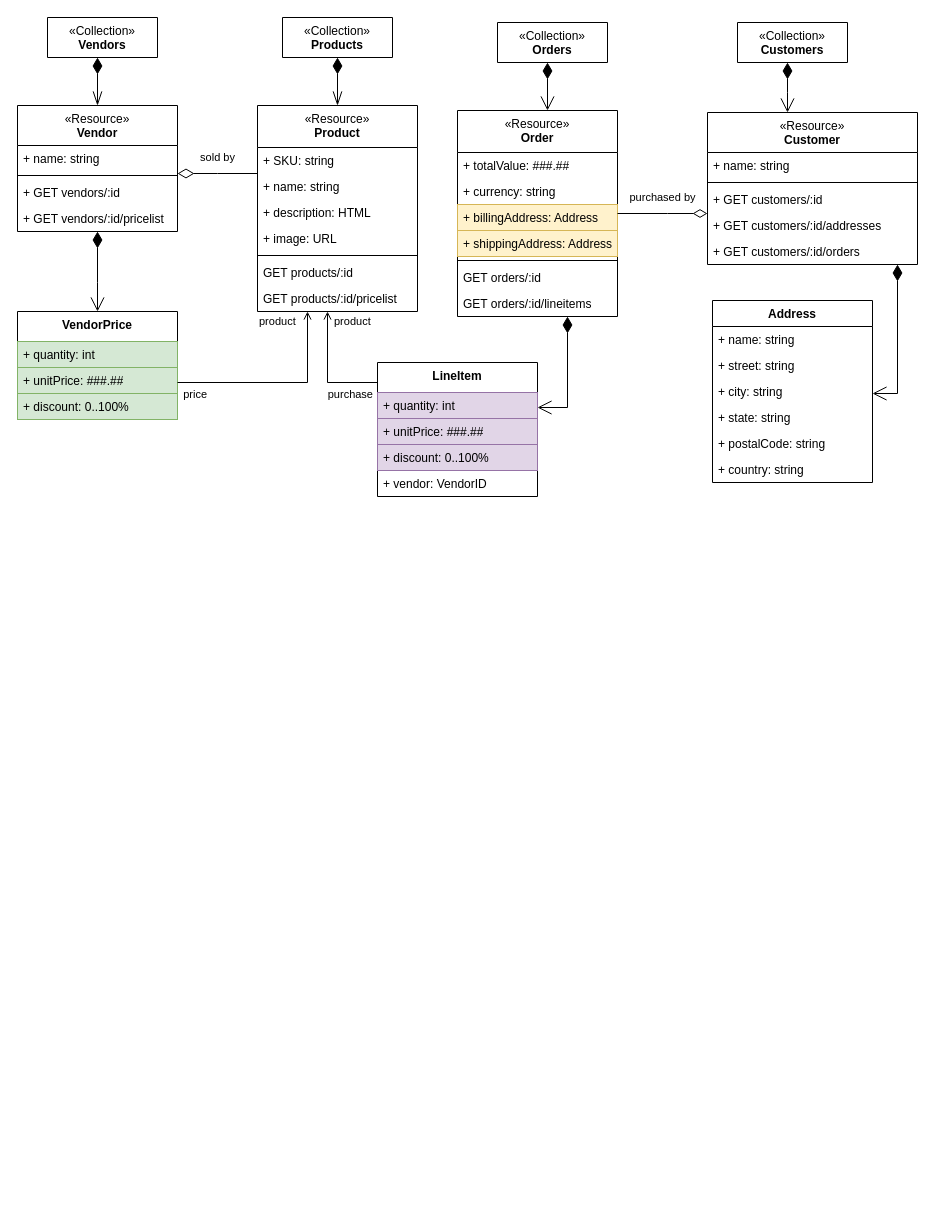
Before: Untitled Diagram.drawio in kubiak-calpoly/csc307-team-project, a draw.io diagram. Source tidied: cells renumbered, new cells numbered last; positions are measured from the earlier drawing's top-left corner, leaving out a move shared by most shapes. Both pictures are drawn from the tidied source at 100%, with x=0, y=0 at pixel (17, 17).
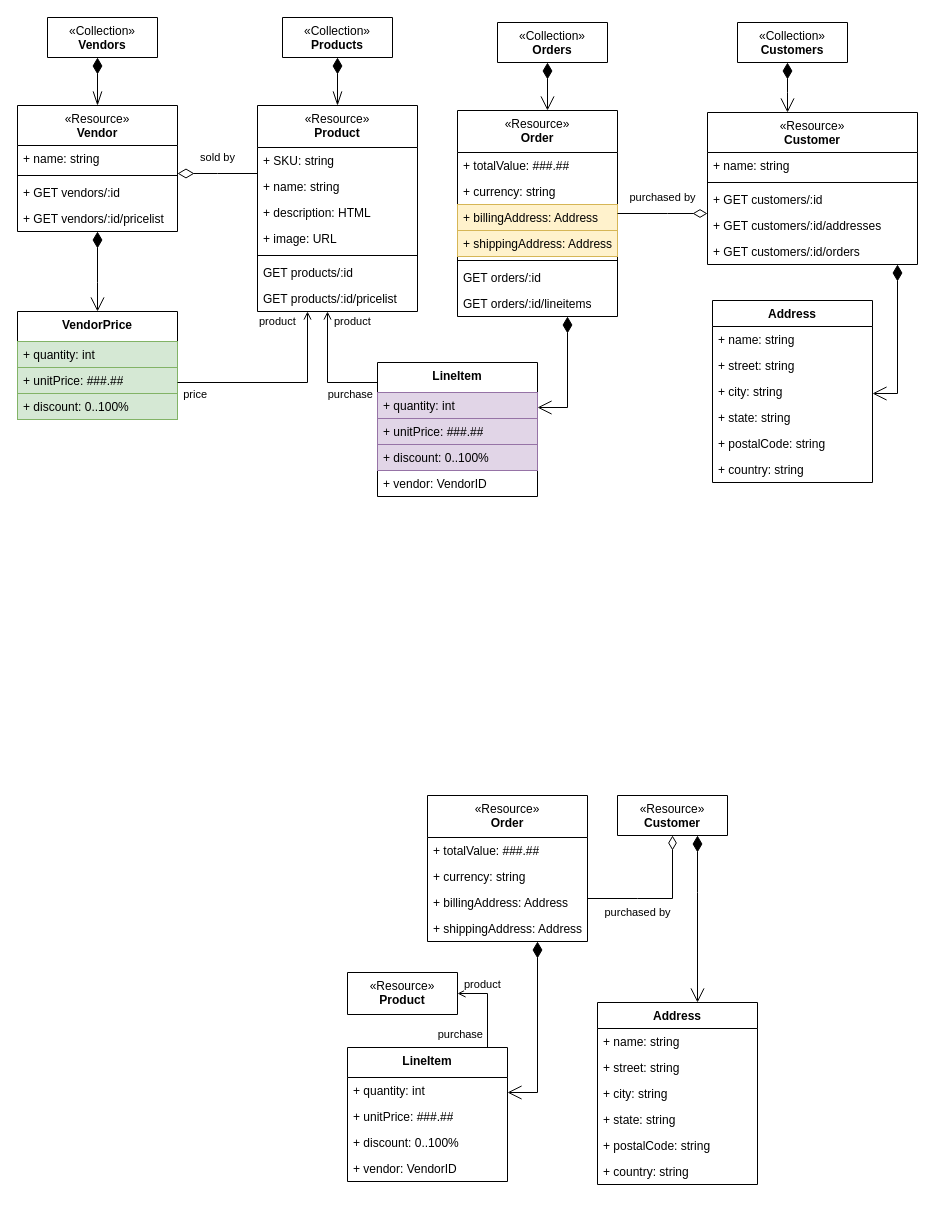
The same diagram, later.

Diff of the diagram source:
```diff
@@
+    <mxCell id="64" value="&lt;span style=&quot;font-weight: normal;&quot;&gt;«Resource»&lt;br style=&quot;border-color: var(--border-color);&quot;&gt;&lt;/span&gt;Order" style="swimlane;fontStyle=1;align=center;verticalAlign=top;horizontal=1;startSize=42;whiteSpace=wrap;html=1;" parent="1" vertex="1">
+      <mxGeometry x="410" y="778" width="160" height="146" as="geometry" />
+    </mxCell>
+    <mxCell id="65" value="+ totalValue: ###.##" style="text;strokeColor=none;fillColor=none;align=left;verticalAlign=top;spacingLeft=4;spacingRight=4;overflow=hidden;whiteSpace=wrap;html=1;" parent="64" vertex="1">
+      <mxGeometry y="42" width="160" height="26" as="geometry" />
+    </mxCell>
+    <mxCell id="66" value="+ currency: string" style="text;strokeColor=none;fillColor=none;align=left;verticalAlign=top;spacingLeft=4;spacingRight=4;overflow=hidden;whiteSpace=wrap;html=1;" parent="64" vertex="1">
+      <mxGeometry y="68" width="160" height="26" as="geometry" />
+    </mxCell>
+    <mxCell id="67" value="+ billingAddress: Address" style="text;align=left;verticalAlign=top;spacingLeft=4;spacingRight=4;overflow=hidden;whiteSpace=wrap;html=1;" parent="64" vertex="1">
+      <mxGeometry y="94" width="160" height="26" as="geometry" />
+    </mxCell>
+    <mxCell id="68" value="+ shippingAddress: Address" style="text;align=left;verticalAlign=top;spacingLeft=4;spacingRight=4;overflow=hidden;whiteSpace=wrap;html=1;" parent="64" vertex="1">
+      <mxGeometry y="120" width="160" height="26" as="geometry" />
+    </mxCell>
+    <mxCell id="69" value="&lt;span style=&quot;font-weight: normal;&quot;&gt;«Resource»&lt;br style=&quot;border-color: var(--border-color);&quot;&gt;&lt;/span&gt;Customer" style="swimlane;fontStyle=1;align=center;verticalAlign=top;horizontal=1;startSize=40;whiteSpace=wrap;html=1;" parent="1" vertex="1" collapsed="1">
+      <mxGeometry x="600" y="778" width="110" height="40" as="geometry" />
+    </mxCell>
+    <mxCell id="70" value="purchased by" style="endArrow=diamondThin;html=1;endSize=12;startArrow=none;startSize=14;startFill=0;edgeStyle=orthogonalEdgeStyle;rounded=0;endFill=0;" parent="1" edge="1" source="64" target="69">
+      <mxGeometry x="-0.32" y="-14" relative="1" as="geometry">
+        <Array as="points">
+          <mxPoint x="620" y="881" />
+          <mxPoint x="620" y="881" />
+        </Array>
+      </mxGeometry>
+    </mxCell>
+    <mxCell id="71" value="LineItem" style="swimlane;fontStyle=1;align=center;verticalAlign=top;horizontal=1;startSize=30;whiteSpace=wrap;html=1;" parent="1" vertex="1">
+      <mxGeometry x="330" y="1030" width="160" height="134" as="geometry" />
+    </mxCell>
+    <mxCell id="72" value="+ quantity: int" style="text;align=left;verticalAlign=top;spacingLeft=4;spacingRight=4;overflow=hidden;whiteSpace=wrap;html=1;" parent="71" vertex="1">
+      <mxGeometry y="30" width="160" height="26" as="geometry" />
+    </mxCell>
+    <mxCell id="73" value="+ unitPrice: ###.##" style="text;align=left;verticalAlign=top;spacingLeft=4;spacingRight=4;overflow=hidden;whiteSpace=wrap;html=1;" parent="71" vertex="1">
+      <mxGeometry y="56" width="160" height="26" as="geometry" />
+    </mxCell>
+    <mxCell id="74" value="+ discount: 0..100%" style="text;align=left;verticalAlign=top;spacingLeft=4;spacingRight=4;overflow=hidden;whiteSpace=wrap;html=1;" parent="71" vertex="1">
+      <mxGeometry y="82" width="160" height="26" as="geometry" />
+    </mxCell>
+    <mxCell id="75" value="+ vendor: VendorID" style="text;strokeColor=none;fillColor=none;align=left;verticalAlign=top;spacingLeft=4;spacingRight=4;overflow=hidden;whiteSpace=wrap;html=1;" parent="71" vertex="1">
+      <mxGeometry y="108" width="160" height="26" as="geometry" />
+    </mxCell>
+    <mxCell id="76" style="endArrow=open;html=1;endSize=12;startArrow=diamondThin;startSize=14;startFill=1;edgeStyle=orthogonalEdgeStyle;rounded=0;endFill=0;" parent="1" edge="1" source="64" target="71">
+      <mxGeometry x="0.3" y="24" relative="1" as="geometry">
+        <Array as="points">
+          <mxPoint x="520" y="1075" />
+        </Array>
+        <mxPoint x="-4" y="-13" as="offset" />
+      </mxGeometry>
+    </mxCell>
+    <mxCell id="77" value="Address" style="swimlane;fontStyle=1;align=center;verticalAlign=top;horizontal=1;startSize=26;whiteSpace=wrap;html=1;" parent="1" vertex="1">
+      <mxGeometry x="580" y="985" width="160" height="182" as="geometry" />
+    </mxCell>
+    <mxCell id="78" value="+ name: string" style="text;strokeColor=none;fillColor=none;align=left;verticalAlign=top;spacingLeft=4;spacingRight=4;overflow=hidden;whiteSpace=wrap;html=1;" parent="77" vertex="1">
+      <mxGeometry y="26" width="160" height="26" as="geometry" />
+    </mxCell>
+    <mxCell id="79" value="+ street: string" style="text;strokeColor=none;fillColor=none;align=left;verticalAlign=top;spacingLeft=4;spacingRight=4;overflow=hidden;whiteSpace=wrap;html=1;" parent="77" vertex="1">
+      <mxGeometry y="52" width="160" height="26" as="geometry" />
+    </mxCell>
+    <mxCell id="80" value="+ city: string" style="text;strokeColor=none;fillColor=none;align=left;verticalAlign=top;spacingLeft=4;spacingRight=4;overflow=hidden;whiteSpace=wrap;html=1;" parent="77" vertex="1">
+      <mxGeometry y="78" width="160" height="26" as="geometry" />
+    </mxCell>
+    <mxCell id="81" value="+ state: string" style="text;strokeColor=none;fillColor=none;align=left;verticalAlign=top;spacingLeft=4;spacingRight=4;overflow=hidden;whiteSpace=wrap;html=1;" parent="77" vertex="1">
+      <mxGeometry y="104" width="160" height="26" as="geometry" />
+    </mxCell>
+    <mxCell id="82" value="+ postalCode: string" style="text;strokeColor=none;fillColor=none;align=left;verticalAlign=top;spacingLeft=4;spacingRight=4;overflow=hidden;whiteSpace=wrap;html=1;" parent="77" vertex="1">
+      <mxGeometry y="130" width="160" height="26" as="geometry" />
+    </mxCell>
+    <mxCell id="83" value="+ country: string" style="text;strokeColor=none;fillColor=none;align=left;verticalAlign=top;spacingLeft=4;spacingRight=4;overflow=hidden;whiteSpace=wrap;html=1;" parent="77" vertex="1">
+      <mxGeometry y="156" width="160" height="26" as="geometry" />
+    </mxCell>
+    <mxCell id="84" value="&lt;span style=&quot;font-weight: normal;&quot;&gt;«Resource»&lt;br style=&quot;border-color: var(--border-color);&quot;&gt;&lt;/span&gt;Product" style="swimlane;fontStyle=1;align=center;verticalAlign=top;horizontal=1;startSize=42;whiteSpace=wrap;html=1;" parent="1" vertex="1" collapsed="1">
+      <mxGeometry x="330" y="955" width="110" height="42" as="geometry" />
+    </mxCell>
+    <mxCell id="85" style="endArrow=none;html=1;edgeStyle=orthogonalEdgeStyle;rounded=0;startArrow=open;startFill=0;" parent="1" edge="1" source="84" target="71">
+      <mxGeometry relative="1" as="geometry">
+        <Array as="points">
+          <mxPoint x="470" y="976" />
+        </Array>
+      </mxGeometry>
+    </mxCell>
+    <mxCell id="86" value="product" style="edgeLabel;html=1;align=left;verticalAlign=bottom;" parent="85" vertex="1">
+      <mxGeometry x="-1" relative="1" as="geometry">
+        <mxPoint x="5" y="-1" as="offset" />
+      </mxGeometry>
+    </mxCell>
+    <mxCell id="87" value="purchase" style="edgeLabel;html=1;align=right;verticalAlign=bottom;" parent="85" vertex="1">
+      <mxGeometry x="1" relative="1" as="geometry">
+        <mxPoint x="-4" y="-5" as="offset" />
+      </mxGeometry>
+    </mxCell>
+    <mxCell id="88" style="endArrow=open;html=1;endSize=12;startArrow=diamondThin;startSize=14;startFill=1;edgeStyle=orthogonalEdgeStyle;rounded=0;" parent="1" edge="1" source="69" target="77">
+      <mxGeometry relative="1" as="geometry">
+        <Array as="points">
+          <mxPoint x="680" y="875" />
+          <mxPoint x="680" y="875" />
+        </Array>
+      </mxGeometry>
+    </mxCell>
```
